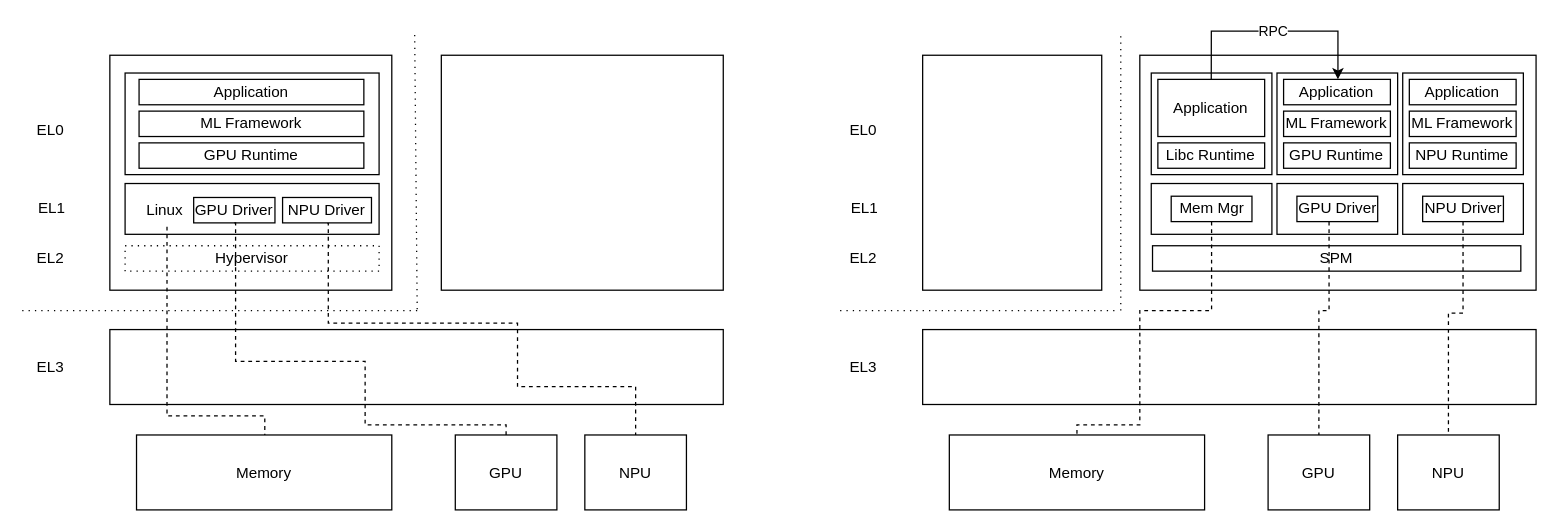
This is gpu-tee.drawio from qianfei11/draw.io, a draw.io file, before an edit. Source tidied: cells renumbered, new cells numbered last; positions are measured from the earlier drawing's top-left corner, leaving out a move shared by most shapes. Both pictures are drawn from the tidied source at 127%, with x=0, y=0 at pixel (22, 30).
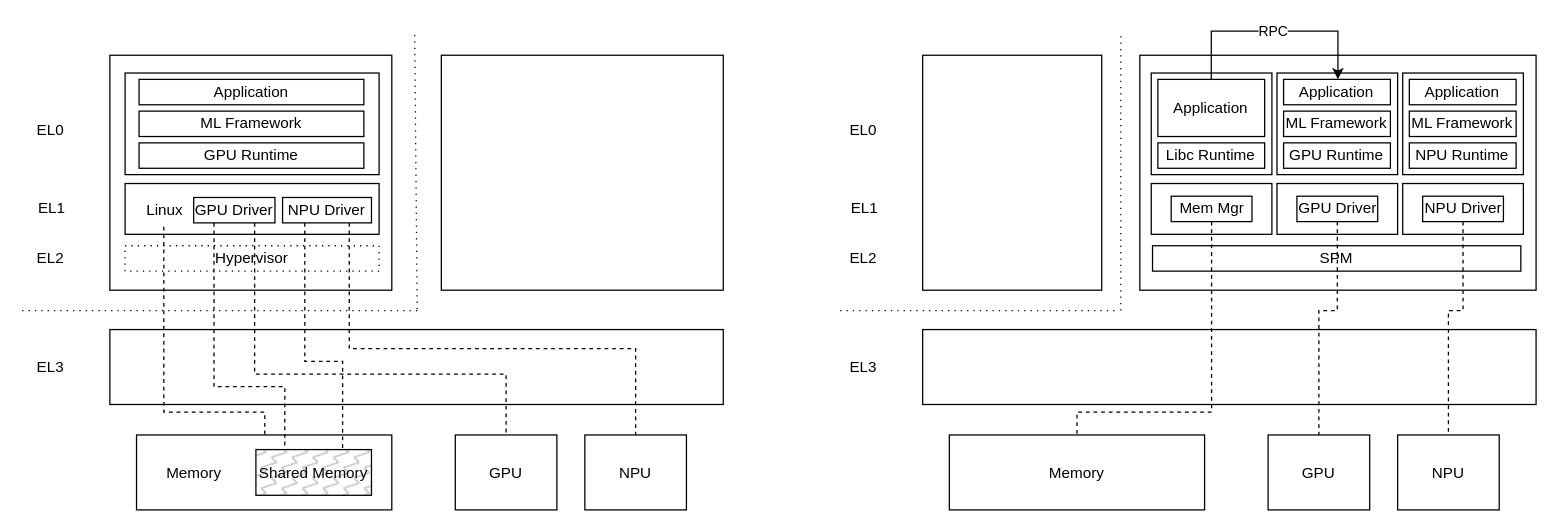
The same page after the edit.

The change refers to these unchanged cells:
```xml
<mxCell id="6" value="GPU Driver" style="rounded=0;whiteSpace=wrap;html=1;fillStyle=auto;fillColor=#FFFFFF;" parent="1" vertex="1">
  <mxGeometry x="135" y="131" width="64" height="20" as="geometry" />
</mxCell>
<mxCell id="17" value="GPU" style="rounded=0;whiteSpace=wrap;html=1;" parent="1" vertex="1">
  <mxGeometry x="341" y="318" width="80" height="59" as="geometry" />
</mxCell>
<mxCell id="18" value="NPU" style="rounded=0;whiteSpace=wrap;html=1;" parent="1" vertex="1">
  <mxGeometry x="443" y="318" width="80" height="59" as="geometry" />
</mxCell>
<mxCell id="20" value="Linux" style="text;html=1;align=center;verticalAlign=middle;points=[];strokeColor=none;fillColor=none;rounded=0;" parent="1" vertex="1">
  <mxGeometry x="88" y="128" width="47" height="26" as="geometry" />
</mxCell>
<mxCell id="31" value="Memory" style="rounded=0;whiteSpace=wrap;html=1;" parent="1" vertex="1">
  <mxGeometry x="730" y="318" width="201" height="59" as="geometry" />
</mxCell>
<mxCell id="32" value="GPU" style="rounded=0;whiteSpace=wrap;html=1;" parent="1" vertex="1">
  <mxGeometry x="981" y="318" width="80" height="59" as="geometry" />
</mxCell>
<mxCell id="33" value="NPU" style="rounded=0;whiteSpace=wrap;html=1;" parent="1" vertex="1">
  <mxGeometry x="1083" y="318" width="80" height="59" as="geometry" />
</mxCell>
<mxCell id="38" value="GPU Driver" style="rounded=0;whiteSpace=wrap;html=1;fillStyle=auto;fillColor=#FFFFFF;" parent="35" vertex="1">
  <mxGeometry x="15.7" y="97" width="63.6" height="20" as="geometry" />
</mxCell>
<mxCell id="45" value="NPU Driver" style="rounded=0;whiteSpace=wrap;html=1;fillStyle=auto;fillColor=#FFFFFF;" parent="42" vertex="1">
  <mxGeometry x="15.7" y="97" width="63.6" height="20" as="geometry" />
</mxCell>
<mxCell id="53" value="NPU Driver" style="rounded=0;whiteSpace=wrap;html=1;fillStyle=auto;fillColor=#FFFFFF;" parent="1" vertex="1">
  <mxGeometry x="205" y="131" width="70" height="20" as="geometry" />
</mxCell>
<mxCell id="58" value="Mem Mgr" style="rounded=0;whiteSpace=wrap;html=1;fillStyle=auto;fillColor=#FFFFFF;" parent="55" vertex="1">
  <mxGeometry x="15.7" y="97" width="63.6" height="20" as="geometry" />
</mxCell>
```

What changed in the source:
```diff
@@
-    <mxCell id="16" value="Memory" style="rounded=0;whiteSpace=wrap;html=1;" parent="1" vertex="1">
+    <mxCell id="16" style="rounded=0;whiteSpace=wrap;html=1;" parent="1" vertex="1">
       <mxGeometry x="90" y="318" width="201" height="59" as="geometry" />
     </mxCell>
@@
     <mxCell id="19" style="edgeStyle=orthogonalEdgeStyle;rounded=0;jettySize=auto;html=1;dashed=1;endArrow=none;endFill=0;" parent="1" edge="1" source="20" target="16">
       <mxGeometry relative="1" as="geometry">
         <Array as="points">
-          <mxPoint x="114" y="303" />
-          <mxPoint x="191" y="303" />
+          <mxPoint x="112" y="300" />
+          <mxPoint x="191" y="300" />
         </Array>
       </mxGeometry>
     </mxCell>
@@
-    <mxCell id="21" style="edgeStyle=orthogonalEdgeStyle;rounded=0;jettySize=auto;html=1;dashed=1;endArrow=none;endFill=0;exitX=0.5;exitY=1;exitDx=0;exitDy=0;" parent="1" edge="1" source="53" target="18">
+    <mxCell id="21" style="edgeStyle=orthogonalEdgeStyle;rounded=0;jettySize=auto;html=1;dashed=1;endArrow=none;endFill=0;exitX=0.75;exitY=1;exitDx=0;exitDy=0;" parent="1" edge="1" source="53" target="18">
       <mxGeometry relative="1" as="geometry">
         <Array as="points">
-          <mxPoint x="241" y="230" />
-          <mxPoint x="390" y="230" />
-          <mxPoint x="390" y="280" />
-          <mxPoint x="483" y="280" />
+          <mxPoint x="258" y="250" />
+          <mxPoint x="483" y="250" />
         </Array>
       </mxGeometry>
     </mxCell>
@@
     <mxCell id="49" style="edgeStyle=orthogonalEdgeStyle;rounded=0;jettySize=auto;html=1;dashed=1;endArrow=none;endFill=0;" parent="1" edge="1" source="38" target="32">
       <mxGeometry relative="1" as="geometry">
         <Array as="points">
-          <mxPoint x="1029" y="220" />
+          <mxPoint x="1036" y="220" />
           <mxPoint x="1021" y="220" />
         </Array>
       </mxGeometry>
     </mxCell>
     <mxCell id="50" style="edgeStyle=orthogonalEdgeStyle;rounded=0;jettySize=auto;html=1;dashed=1;endArrow=none;endFill=0;" parent="1" edge="1" source="45" target="33">
       <mxGeometry relative="1" as="geometry">
         <Array as="points">
-          <mxPoint x="1134" y="222" />
-          <mxPoint x="1123" y="222" />
+          <mxPoint x="1135" y="220" />
+          <mxPoint x="1123" y="220" />
         </Array>
       </mxGeometry>
     </mxCell>
@@
-    <mxCell id="54" style="edgeStyle=orthogonalEdgeStyle;rounded=0;jettySize=auto;html=1;dashed=1;endArrow=none;endFill=0;exitX=0.5;exitY=1;exitDx=0;exitDy=0;entryX=0.5;entryY=0;entryDx=0;entryDy=0;" parent="1" edge="1" source="6" target="17">
+    <mxCell id="54" style="edgeStyle=orthogonalEdgeStyle;rounded=0;jettySize=auto;html=1;dashed=1;endArrow=none;endFill=0;exitX=0.75;exitY=1;exitDx=0;exitDy=0;entryX=0.5;entryY=0;entryDx=0;entryDy=0;" parent="1" edge="1" source="6" target="17">
       <mxGeometry relative="1" as="geometry">
         <Array as="points">
-          <mxPoint x="168" y="260" />
-          <mxPoint x="270" y="260" />
-          <mxPoint x="270" y="310" />
-          <mxPoint x="381" y="310" />
+          <mxPoint x="183" y="270" />
+          <mxPoint x="381" y="270" />
         </Array>
       </mxGeometry>
     </mxCell>
@@
     <mxCell id="61" style="edgeStyle=orthogonalEdgeStyle;rounded=0;jettySize=auto;html=1;dashed=1;endArrow=none;endFill=0;exitX=0.5;exitY=1;exitDx=0;exitDy=0;entryX=0.5;entryY=0;entryDx=0;entryDy=0;" parent="1" edge="1" source="58" target="31">
       <mxGeometry relative="1" as="geometry">
         <Array as="points">
-          <mxPoint x="937" y="220" />
-          <mxPoint x="880" y="220" />
-          <mxPoint x="880" y="310" />
-          <mxPoint x="831" y="310" />
+          <mxPoint x="937" y="300" />
+          <mxPoint x="831" y="300" />
         </Array>
       </mxGeometry>
     </mxCell>
@@
+    <mxCell id="64" value="Memory" style="text;html=1;align=center;verticalAlign=middle;strokeColor=none;fillColor=none;" parent="1" vertex="1">
+      <mxGeometry x="100" y="332.5" width="70" height="30" as="geometry" />
+    </mxCell>
+    <mxCell id="65" value="Shared Memory" style="rounded=0;whiteSpace=wrap;html=1;fillStyle=zigzag-line;fillColor=#CCCCCC;gradientColor=none;" parent="1" vertex="1">
+      <mxGeometry x="184" y="329.5" width="91" height="36" as="geometry" />
+    </mxCell>
+    <mxCell id="66" style="edgeStyle=orthogonalEdgeStyle;rounded=0;jettySize=auto;html=1;dashed=1;endArrow=none;endFill=0;exitX=0.25;exitY=1;exitDx=0;exitDy=0;entryX=0.25;entryY=0;entryDx=0;entryDy=0;" parent="1" edge="1" source="6" target="65">
+      <mxGeometry relative="1" as="geometry">
+        <Array as="points">
+          <mxPoint x="151" y="280" />
+          <mxPoint x="207" y="280" />
+        </Array>
+      </mxGeometry>
+    </mxCell>
+    <mxCell id="67" style="edgeStyle=orthogonalEdgeStyle;rounded=0;jettySize=auto;html=1;dashed=1;endArrow=none;endFill=0;exitX=0.25;exitY=1;exitDx=0;exitDy=0;entryX=0.75;entryY=0;entryDx=0;entryDy=0;" parent="1" edge="1" source="53" target="65">
+      <mxGeometry relative="1" as="geometry">
+        <Array as="points">
+          <mxPoint x="223" y="260" />
+          <mxPoint x="252" y="260" />
+        </Array>
+      </mxGeometry>
+    </mxCell>
```
